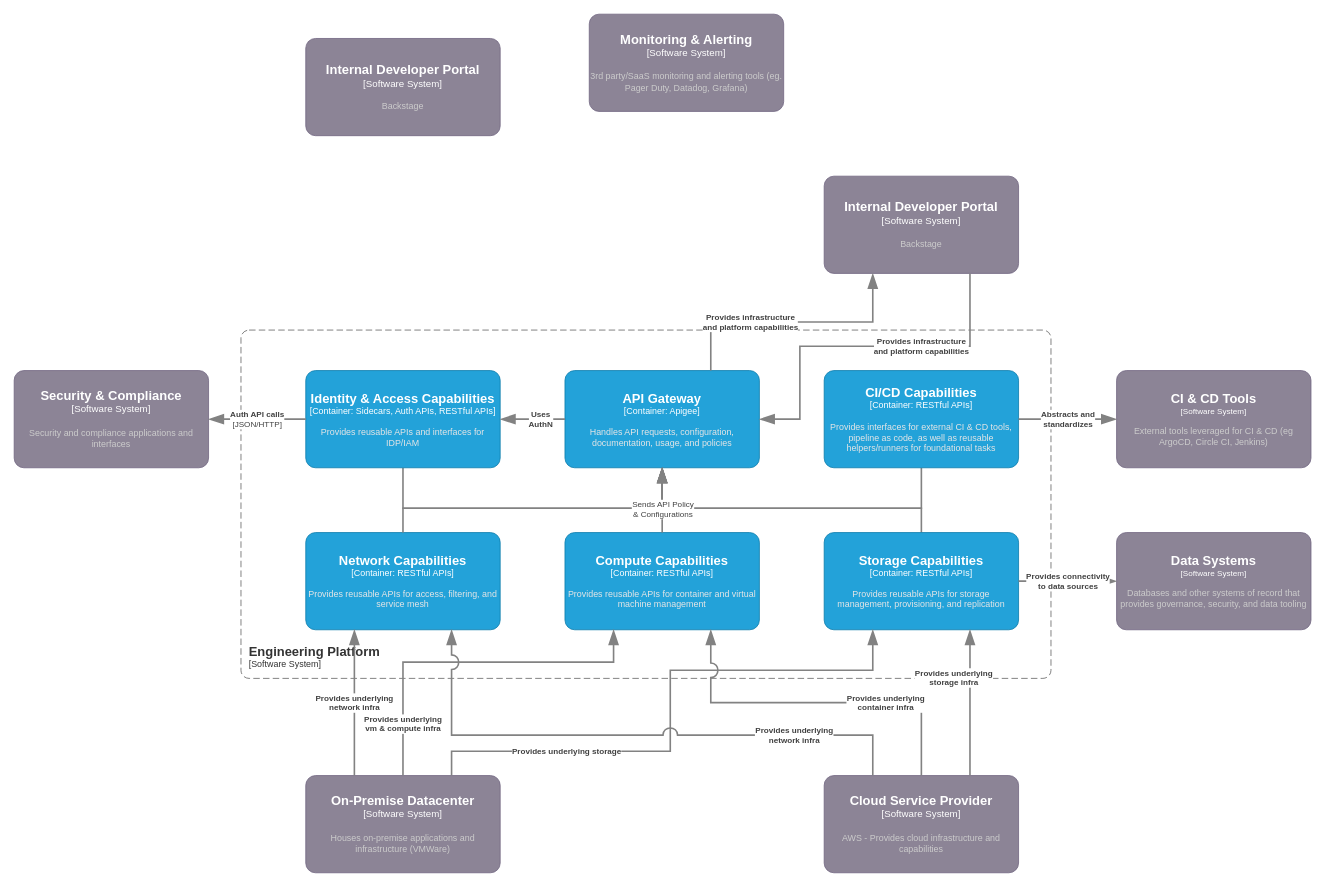
Earlier version of the draw.io diagram page "Component" (2 of 2) of Architecture.drawio (vryali/example). Source tidied: cells renumbered, new cells numbered last; positions are measured from the earlier drawing's top-left corner, leaving out a move shared by most shapes. Both pictures are drawn from the tidied source at 81%, with x=0, y=0 at pixel (14, 14).
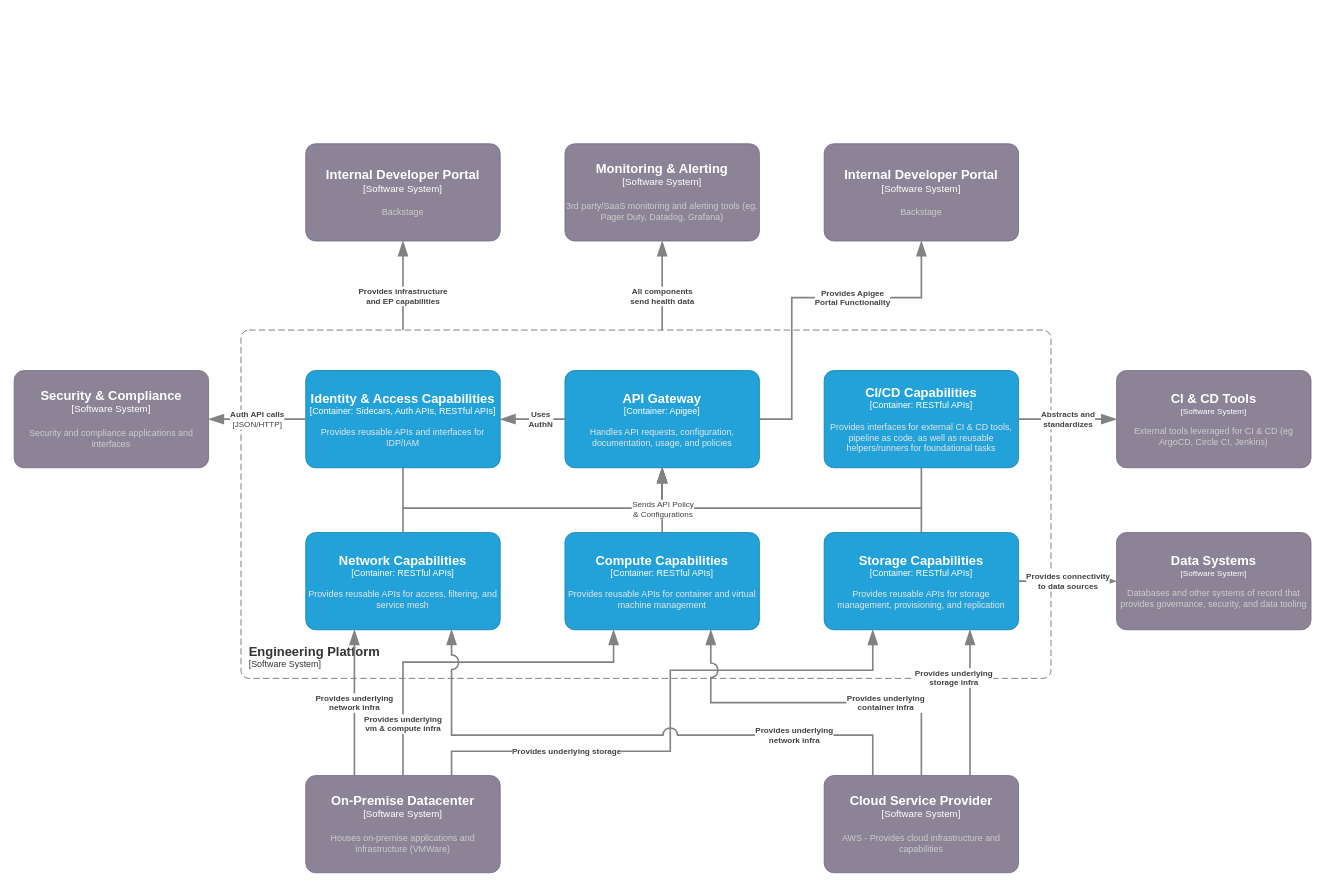
Above is the later version.

Commit message:
Cleaned up component arch

The change refers to these unchanged cells:
```xml
<object id="13" label="&lt;font style=&quot;font-size: 16px&quot;&gt;&lt;b&gt;%c4Name%&lt;/b&gt;&lt;/font&gt;&lt;div&gt;[%c4Type%: %c4Technology%]&lt;/div&gt;&lt;br&gt;&lt;div&gt;&lt;font style=&quot;font-size: 11px&quot;&gt;&lt;font color=&quot;#E6E6E6&quot;&gt;%c4Description%&lt;/font&gt;&lt;/div&gt;" c4Description="Handles API requests, configuration, documentation, usage, and policies" c4Name="API Gateway" c4Technology="Apigee" c4Type="Container" placeholders="1">
  <mxCell style="rounded=1;whiteSpace=wrap;html=1;fontSize=11;labelBackgroundColor=none;fillColor=#23A2D9;fontColor=#ffffff;align=center;arcSize=10;strokeColor=#0E7DAD;points=[[0.25,0,0],[0.5,0,0],[0.75,0,0],[1,0.25,0],[1,0.5,0],[1,0.75,0],[0.75,1,0],[0.5,1,0],[0.25,1,0],[0,0.75,0],[0,0.5,0],[0,0.25,0]];" parent="1" vertex="1">
    <mxGeometry x="680" y="440" width="240" height="120" as="geometry" />
  </mxCell>
</object>
```

Change to the diagram source:
```diff
@@
     <object id="26" label="&lt;font style=&quot;font-size: 16px&quot;&gt;&lt;b&gt;%c4Name%&lt;/b&gt;&lt;/font&gt;&lt;div&gt;[%c4Type%]&lt;/div&gt;&lt;br&gt;&lt;div&gt;&lt;font style=&quot;font-size: 11px&quot;&gt;&lt;font color=&quot;#cccccc&quot;&gt;%c4Description%&lt;/font&gt;&lt;/div&gt;" c4Description="3rd party/SaaS monitoring and alerting tools (eg. Pager Duty, Datadog, Grafana)" c4Name="Monitoring &amp; Alerting" c4Type="Software System" placeholders="1">
       <mxCell style="rounded=1;whiteSpace=wrap;html=1;labelBackgroundColor=none;fillColor=#8C8496;fontColor=#ffffff;align=center;arcSize=10;strokeColor=#736782;points=[[0.25,0,0],[0.5,0,0],[0.75,0,0],[1,0.25,0],[1,0.5,0],[1,0.75,0],[0.75,1,0],[0.5,1,0],[0.25,1,0],[0,0.75,0],[0,0.5,0],[0,0.25,0]];" parent="1" vertex="1">
-        <mxGeometry x="710" width="240" height="120" as="geometry" />
+        <mxGeometry x="680" y="160" width="240" height="120" as="geometry" />
       </mxCell>
     </object>
@@
     <object id="31" label="&lt;font style=&quot;font-size: 16px&quot;&gt;&lt;b&gt;%c4Name%&lt;/b&gt;&lt;/font&gt;&lt;div&gt;[%c4Type%]&lt;/div&gt;&lt;br&gt;&lt;div&gt;&lt;font style=&quot;font-size: 11px&quot;&gt;&lt;font color=&quot;#cccccc&quot;&gt;%c4Description%&lt;/font&gt;&lt;/div&gt;" c4Description="Backstage" c4Name="Internal Developer Portal" c4Type="Software System" placeholders="1">
       <mxCell style="rounded=1;whiteSpace=wrap;html=1;labelBackgroundColor=none;fillColor=#8C8496;fontColor=#ffffff;align=center;arcSize=10;strokeColor=#736782;points=[[0.25,0,0],[0.5,0,0],[0.75,0,0],[1,0.25,0],[1,0.5,0],[1,0.75,0],[0.75,1,0],[0.5,1,0],[0.25,1,0],[0,0.75,0],[0,0.5,0],[0,0.25,0]];" parent="1" vertex="1">
-        <mxGeometry x="1000" y="200" width="240" height="120" as="geometry" />
+        <mxGeometry x="1000" y="160" width="240" height="120" as="geometry" />
       </mxCell>
     </object>
     <object id="32" label="&lt;font style=&quot;font-size: 16px&quot;&gt;&lt;b&gt;%c4Name%&lt;/b&gt;&lt;/font&gt;&lt;div&gt;[%c4Type%]&lt;/div&gt;&lt;br&gt;&lt;div&gt;&lt;font style=&quot;font-size: 11px&quot;&gt;&lt;font color=&quot;#cccccc&quot;&gt;%c4Description%&lt;/font&gt;&lt;/div&gt;" c4Description="Backstage" c4Name="Internal Developer Portal" c4Type="Software System" placeholders="1">
       <mxCell style="rounded=1;whiteSpace=wrap;html=1;labelBackgroundColor=none;fillColor=#8C8496;fontColor=#ffffff;align=center;arcSize=10;strokeColor=#736782;points=[[0.25,0,0],[0.5,0,0],[0.75,0,0],[1,0.25,0],[1,0.5,0],[1,0.75,0],[0.75,1,0],[0.5,1,0],[0.25,1,0],[0,0.75,0],[0,0.5,0],[0,0.25,0]];" parent="1" vertex="1">
-        <mxGeometry x="360" y="30" width="240" height="120" as="geometry" />
+        <mxGeometry x="360" y="160" width="240" height="120" as="geometry" />
       </mxCell>
     </object>
-    <object id="33" label="&lt;div style=&quot;text-align: left&quot;&gt;&lt;div style=&quot;text-align: center&quot;&gt;&lt;b&gt;%c4Description%&lt;/b&gt;&lt;/div&gt;" c4Description="Provides infrastructure&#10;and platform capabilities" placeholders="1">
-      <mxCell style="endArrow=blockThin;html=1;fontSize=10;fontColor=#404040;strokeWidth=2;endFill=1;strokeColor=#828282;elbow=vertical;endSize=14;startSize=14;jumpStyle=arc;jumpSize=16;rounded=0;edgeStyle=orthogonalEdgeStyle;entryX=0.25;entryY=1;entryDx=0;entryDy=0;entryPerimeter=0;exitX=0.75;exitY=0;exitDx=0;exitDy=0;exitPerimeter=0;" parent="1" edge="1" source="13" target="31">
-        <mxGeometry x="-0.32" relative="1" as="geometry">
+    <object id="33" label="&lt;div style=&quot;text-align: left&quot;&gt;&lt;div style=&quot;text-align: center&quot;&gt;&lt;b&gt;%c4Description%&lt;/b&gt;&lt;/div&gt;" c4Description="Provides Apigee&#10;Portal Functionality" placeholders="1">
+      <mxCell style="endArrow=blockThin;html=1;fontSize=10;fontColor=#404040;strokeWidth=2;endFill=1;strokeColor=#828282;elbow=vertical;endSize=14;startSize=14;jumpStyle=arc;jumpSize=16;rounded=0;edgeStyle=orthogonalEdgeStyle;entryX=0.5;entryY=1;entryDx=0;entryDy=0;entryPerimeter=0;exitX=1;exitY=0.5;exitDx=0;exitDy=0;exitPerimeter=0;" parent="1" edge="1" source="13" target="31">
+        <mxGeometry x="0.26" relative="1" as="geometry">
           <Array as="points">
-            <mxPoint x="860" y="380" />
-            <mxPoint x="1060" y="380" />
+            <mxPoint x="960" y="500" />
+            <mxPoint x="960" y="350" />
+            <mxPoint x="1120" y="350" />
           </Array>
         </mxGeometry>
       </mxCell>
     </object>
-    <object id="34" label="&lt;div style=&quot;text-align: left&quot;&gt;&lt;div style=&quot;text-align: center&quot;&gt;&lt;b&gt;%c4Description%&lt;/b&gt;&lt;/div&gt;" c4Description="Provides infrastructure&#10;and platform capabilities" placeholders="1">
-      <mxCell style="endArrow=blockThin;html=1;fontSize=10;fontColor=#404040;strokeWidth=2;endFill=1;strokeColor=#828282;elbow=vertical;endSize=14;startSize=14;jumpStyle=arc;jumpSize=16;rounded=0;edgeStyle=orthogonalEdgeStyle;entryX=1;entryY=0.5;entryDx=0;entryDy=0;entryPerimeter=0;exitX=0.75;exitY=1;exitDx=0;exitDy=0;exitPerimeter=0;" parent="1" edge="1" source="31" target="13">
-        <mxGeometry x="-0.32" relative="1" as="geometry">
-          <Array as="points">
-            <mxPoint x="1180" y="410" />
-            <mxPoint x="970" y="410" />
-            <mxPoint x="970" y="500" />
-          </Array>
-        </mxGeometry>
-      </mxCell>
-    </object>
+    <object id="35" label="&lt;div style=&quot;text-align: left&quot;&gt;&lt;div style=&quot;text-align: center&quot;&gt;&lt;b&gt;%c4Description%&lt;/b&gt;&lt;/div&gt;" c4Description="All components&#10;send health data" placeholders="1">
+      <mxCell style="endArrow=blockThin;html=1;fontSize=10;fontColor=#404040;strokeWidth=2;endFill=1;strokeColor=#828282;elbow=vertical;endSize=14;startSize=14;jumpStyle=arc;jumpSize=16;rounded=0;edgeStyle=orthogonalEdgeStyle;entryX=0.5;entryY=1;entryDx=0;entryDy=0;entryPerimeter=0;" parent="1" edge="1" target="26">
+        <mxGeometry x="-0.26" relative="1" as="geometry">
+          <mxPoint x="800" y="390" as="sourcePoint" />
+          <Array as="points">
+            <mxPoint x="800" y="280" />
+            <mxPoint x="800" y="280" />
+          </Array>
+          <mxPoint y="-1" as="offset" />
+        </mxGeometry>
+      </mxCell>
+    </object>
+    <object id="36" label="&lt;div style=&quot;text-align: left&quot;&gt;&lt;div style=&quot;text-align: center&quot;&gt;&lt;b&gt;%c4Description%&lt;/b&gt;&lt;/div&gt;" c4Description="Provides infrastructure&#10;and EP capabilities" placeholders="1">
+      <mxCell style="endArrow=blockThin;html=1;fontSize=10;fontColor=#404040;strokeWidth=2;endFill=1;strokeColor=#828282;elbow=vertical;endSize=14;startSize=14;jumpStyle=arc;jumpSize=16;rounded=0;edgeStyle=orthogonalEdgeStyle;entryX=0.5;entryY=1;entryDx=0;entryDy=0;entryPerimeter=0;" parent="1" edge="1" target="32">
+        <mxGeometry x="-0.26" relative="1" as="geometry">
+          <mxPoint x="480" y="390" as="sourcePoint" />
+          <Array as="points">
+            <mxPoint x="480" y="370" />
+            <mxPoint x="480" y="370" />
+          </Array>
+          <mxPoint y="-1" as="offset" />
+        </mxGeometry>
+      </mxCell>
+    </object>
```
